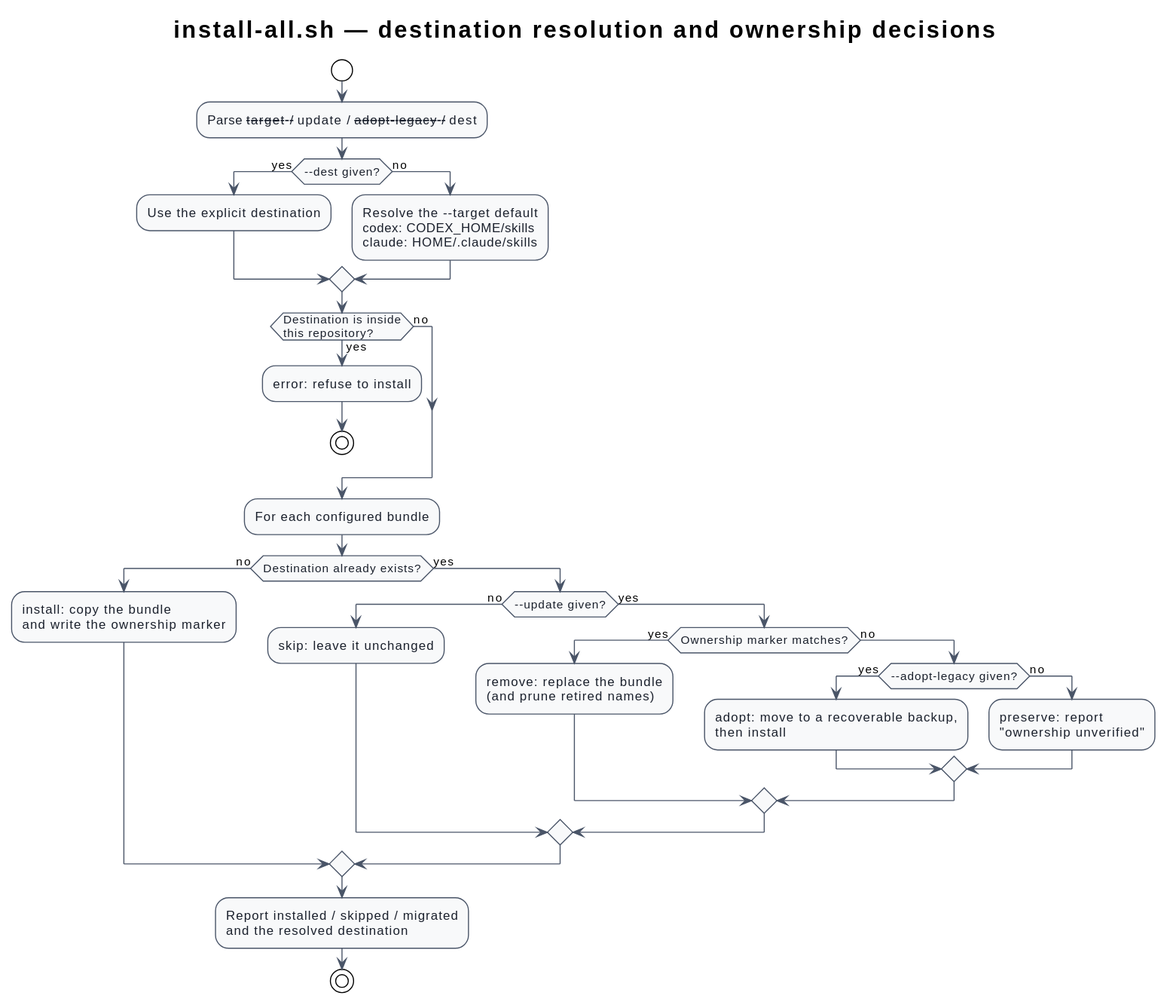
Before: docs/deployment/diagrams/installer-decision-flow.svg, a diagram exported from PlantUML (i-zrhe2016/codex-development-workflow).
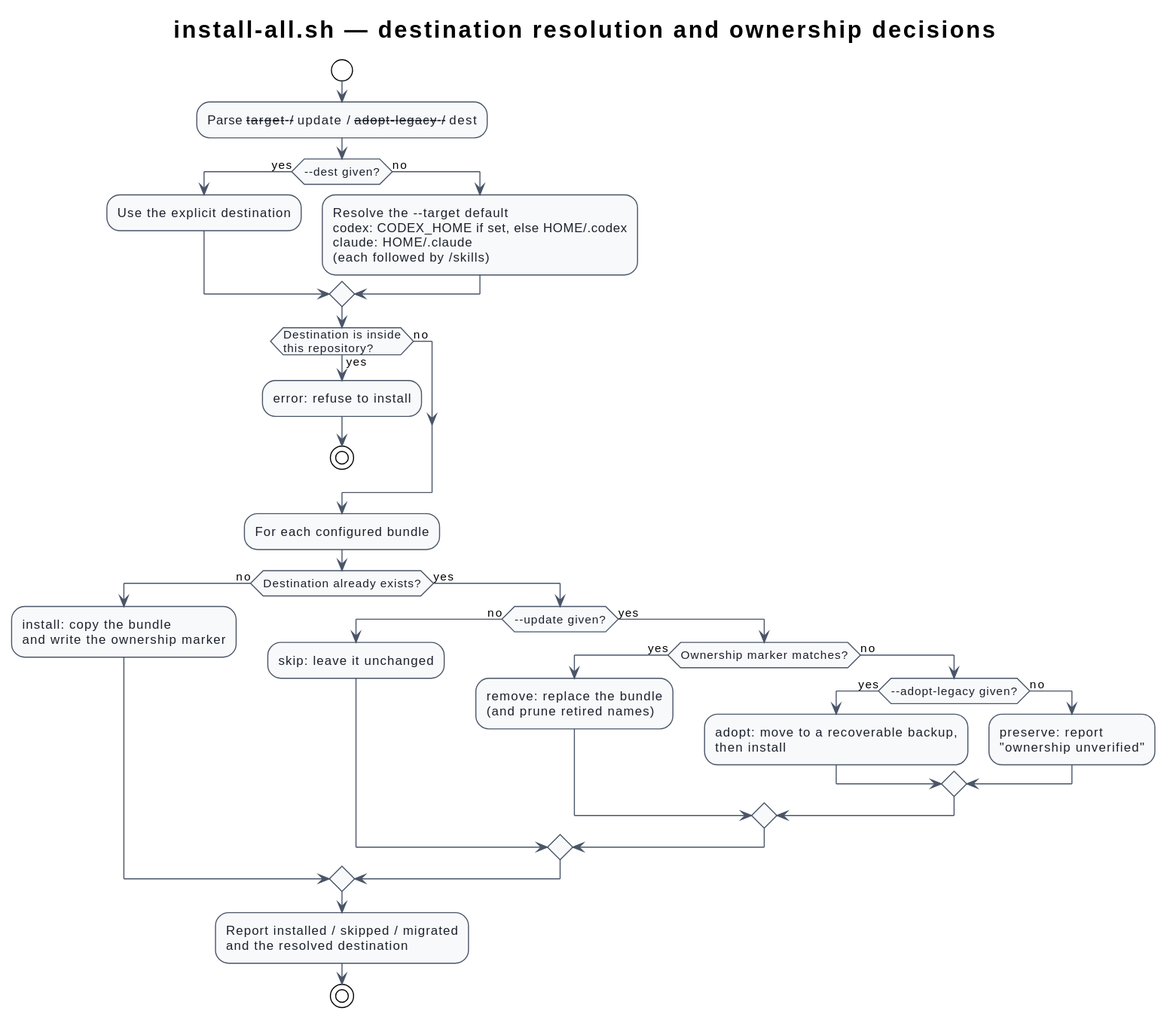
The same file after the commit.

Commit message:
fix(documentation): scope the diagram staleness check to affected diagrams

Change to the diagram source:
```diff
@@ -15,7 +15,7 @@
 if (--dest given?) then (yes)
   :Use the explicit destination;
 else (no)
-  :Resolve the --target default\ncodex: CODEX_HOME/skills\nclaude: HOME/.claude/skills;
+  :Resolve the --target default\ncodex: CODEX_HOME if set, else HOME/.codex\nclaude: HOME/.claude\n(each followed by /skills);
 endif
 if (Destination is inside\nthis repository?) then (yes)
   :error: refuse to install;
```
